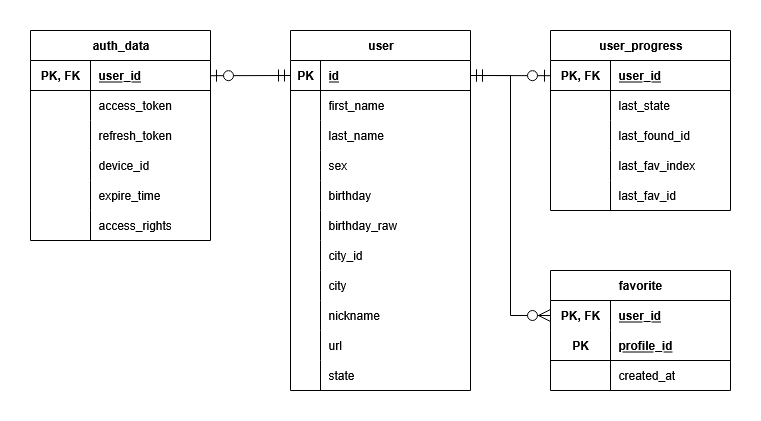
Before: db_diagram.png, a diagram exported from draw.io (andrey0722/vkinder-vk-bot). Source tidied: cells renumbered, new cells last; positions are measured from the earlier drawing's top-left corner, leaving out a move shared by most shapes.
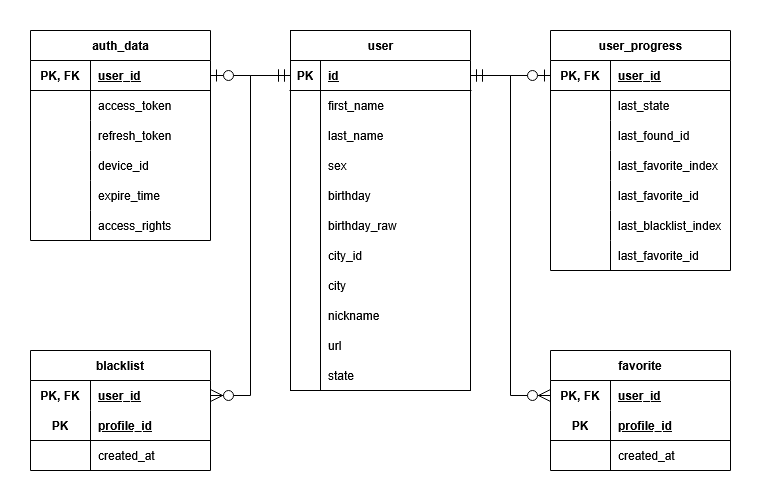
Later version of the same file.

Diff of the diagram source:
```diff
@@ -105,7 +105,7 @@
       <mxGeometry x="30" width="150" height="30" as="geometry" />
     </mxCell>
     <mxCell id="36" value="user_progress" style="shape=table;startSize=30;rowLines=0;fontStyle=1;align=center;html=1;" parent="1" vertex="1">
-      <mxGeometry x="520" width="180" height="180" as="geometry" />
+      <mxGeometry x="520" width="180" height="240" as="geometry" />
     </mxCell>
     <mxCell id="37" style="shape=tableRow;horizontal=0;startSize=0;swimlaneHead=0;swimlaneBody=0;fillColor=none;points=[[0,0.5],[1,0.5]];portConstraint=eastwest;top=0;left=0;right=0;bottom=1;" parent="36" vertex="1">
       <mxGeometry y="30" width="180" height="30" as="geometry" />
@@ -140,7 +140,7 @@
     <mxCell id="47" style="shape=partialRectangle;fillColor=none;top=0;left=0;bottom=0;right=0;overflow=hidden;whiteSpace=wrap;html=1;" parent="46" vertex="1">
       <mxGeometry width="60" height="30" as="geometry" />
     </mxCell>
-    <mxCell id="48" value="last_fav_index" style="shape=partialRectangle;fillColor=none;top=0;left=0;bottom=0;right=0;align=left;spacingLeft=6;overflow=hidden;whiteSpace=wrap;html=1;" parent="46" vertex="1">
+    <mxCell id="48" value="last_favorite_index" style="shape=partialRectangle;fillColor=none;top=0;left=0;bottom=0;right=0;align=left;spacingLeft=6;overflow=hidden;whiteSpace=wrap;html=1;" parent="46" vertex="1">
       <mxGeometry x="60" width="120" height="30" as="geometry" />
     </mxCell>
     <mxCell id="49" style="shape=tableRow;horizontal=0;startSize=0;swimlaneHead=0;swimlaneBody=0;fillColor=none;top=0;left=0;right=0;bottom=0;" parent="36" vertex="1">
@@ -149,9 +149,27 @@
     <mxCell id="50" style="shape=partialRectangle;fillColor=none;top=0;left=0;bottom=0;right=0;overflow=hidden;whiteSpace=wrap;html=1;" parent="49" vertex="1">
       <mxGeometry width="60" height="30" as="geometry" />
     </mxCell>
-    <mxCell id="51" value="last_fav_id" style="shape=partialRectangle;fillColor=none;top=0;left=0;bottom=0;right=0;align=left;spacingLeft=6;overflow=hidden;whiteSpace=wrap;html=1;" parent="49" vertex="1">
+    <mxCell id="51" value="last_favorite_id" style="shape=partialRectangle;fillColor=none;top=0;left=0;bottom=0;right=0;align=left;spacingLeft=6;overflow=hidden;whiteSpace=wrap;html=1;" parent="49" vertex="1">
       <mxGeometry x="60" width="120" height="30" as="geometry" />
     </mxCell>
+    <mxCell id="84" style="shape=tableRow;horizontal=0;startSize=0;swimlaneHead=0;swimlaneBody=0;fillColor=none;top=0;left=0;right=0;bottom=0;" parent="36" vertex="1">
+      <mxGeometry y="180" width="180" height="30" as="geometry" />
+    </mxCell>
+    <mxCell id="85" style="shape=partialRectangle;fillColor=none;top=0;left=0;bottom=0;right=0;overflow=hidden;whiteSpace=wrap;html=1;" parent="84" vertex="1">
+      <mxGeometry width="60" height="30" as="geometry" />
+    </mxCell>
+    <mxCell id="86" value="last_blacklist_index" style="shape=partialRectangle;fillColor=none;top=0;left=0;bottom=0;right=0;align=left;spacingLeft=6;overflow=hidden;whiteSpace=wrap;html=1;" parent="84" vertex="1">
+      <mxGeometry x="60" width="120" height="30" as="geometry" />
+    </mxCell>
+    <mxCell id="87" style="shape=tableRow;horizontal=0;startSize=0;swimlaneHead=0;swimlaneBody=0;fillColor=none;top=0;left=0;right=0;bottom=0;" parent="36" vertex="1">
+      <mxGeometry y="210" width="180" height="30" as="geometry" />
+    </mxCell>
+    <mxCell id="88" style="shape=partialRectangle;fillColor=none;top=0;left=0;bottom=0;right=0;overflow=hidden;whiteSpace=wrap;html=1;" parent="87" vertex="1">
+      <mxGeometry width="60" height="30" as="geometry" />
+    </mxCell>
+    <mxCell id="89" value="last_favorite_id" style="shape=partialRectangle;fillColor=none;top=0;left=0;bottom=0;right=0;align=left;spacingLeft=6;overflow=hidden;whiteSpace=wrap;html=1;" parent="87" vertex="1">
+      <mxGeometry x="60" width="120" height="30" as="geometry" />
+    </mxCell>
     <mxCell id="52" style="fontSize=12;html=1;endArrow=ERzeroToOne;startArrow=ERmandOne;rounded=0;endSize=10;startSize=10;exitX=0;exitY=0.5;exitDx=0;exitDy=0;entryX=1;entryY=0.5;entryDx=0;entryDy=0;edgeStyle=elbowEdgeStyle;elbow=vertical;" parent="1" edge="1" source="3" target="54">
       <mxGeometry relative="1" as="geometry" />
     </mxCell>
@@ -219,7 +237,7 @@
       <mxGeometry relative="1" as="geometry" />
     </mxCell>
     <mxCell id="74" value="favorite" style="shape=table;startSize=30;rowLines=0;fontStyle=1;align=center;html=1;whiteSpace=wrap;" parent="1" vertex="1">
-      <mxGeometry x="520" y="240" width="180" height="120" as="geometry" />
+      <mxGeometry x="520" y="320" width="180" height="120" as="geometry" />
     </mxCell>
     <mxCell id="75" style="shape=tableRow;horizontal=0;startSize=0;swimlaneHead=0;swimlaneBody=0;fillColor=none;points=[[0,0.5],[1,0.5]];portConstraint=eastwest;top=0;left=0;right=0;bottom=0;html=1;" parent="74" vertex="1">
       <mxGeometry y="30" width="180" height="30" as="geometry" />
@@ -248,5 +266,38 @@
     <mxCell id="83" value="created_at" style="shape=partialRectangle;fillColor=none;top=0;left=0;bottom=0;right=0;align=left;spacingLeft=6;overflow=hidden;html=1;whiteSpace=wrap;" parent="81" vertex="1">
       <mxGeometry x="60" width="120" height="30" as="geometry" />
     </mxCell>
+    <mxCell id="90" value="blacklist" style="shape=table;startSize=30;rowLines=0;fontStyle=1;align=center;html=1;whiteSpace=wrap;" parent="1" vertex="1">
+      <mxGeometry y="320" width="180" height="120" as="geometry" />
+    </mxCell>
+    <mxCell id="91" style="shape=tableRow;horizontal=0;startSize=0;swimlaneHead=0;swimlaneBody=0;fillColor=none;points=[[0,0.5],[1,0.5]];portConstraint=eastwest;top=0;left=0;right=0;bottom=0;html=1;" parent="90" vertex="1">
+      <mxGeometry y="30" width="180" height="30" as="geometry" />
+    </mxCell>
+    <mxCell id="92" value="PK, FK" style="shape=partialRectangle;fillColor=none;top=0;left=0;bottom=0;right=0;fontStyle=1;overflow=hidden;html=1;whiteSpace=wrap;" parent="91" vertex="1">
+      <mxGeometry width="60" height="30" as="geometry" />
+    </mxCell>
+    <mxCell id="93" value="user_id" style="shape=partialRectangle;fillColor=none;top=0;left=0;bottom=0;right=0;align=left;spacingLeft=6;fontStyle=5;overflow=hidden;html=1;whiteSpace=wrap;" parent="91" vertex="1">
+      <mxGeometry x="60" width="120" height="30" as="geometry" />
+    </mxCell>
+    <mxCell id="94" style="shape=tableRow;horizontal=0;startSize=0;swimlaneHead=0;swimlaneBody=0;fillColor=none;top=0;left=0;right=0;bottom=1;html=1;" parent="90" vertex="1">
+      <mxGeometry y="60" width="180" height="30" as="geometry" />
+    </mxCell>
+    <mxCell id="95" value="&lt;div&gt;PK&lt;/div&gt;" style="shape=partialRectangle;fillColor=none;top=0;left=0;bottom=0;right=0;fontStyle=1;overflow=hidden;html=1;whiteSpace=wrap;" parent="94" vertex="1">
+      <mxGeometry width="60" height="30" as="geometry" />
+    </mxCell>
+    <mxCell id="96" value="profile_id" style="shape=partialRectangle;fillColor=none;top=0;left=0;bottom=0;right=0;align=left;spacingLeft=6;fontStyle=5;overflow=hidden;html=1;whiteSpace=wrap;" parent="94" vertex="1">
+      <mxGeometry x="60" width="120" height="30" as="geometry" />
+    </mxCell>
+    <mxCell id="97" style="shape=tableRow;horizontal=0;startSize=0;swimlaneHead=0;swimlaneBody=0;fillColor=none;top=0;left=0;right=0;bottom=0;html=1;" parent="90" vertex="1">
+      <mxGeometry y="90" width="180" height="30" as="geometry" />
+    </mxCell>
+    <mxCell id="98" style="shape=partialRectangle;fillColor=none;top=0;left=0;bottom=0;right=0;overflow=hidden;html=1;whiteSpace=wrap;" parent="97" vertex="1">
+      <mxGeometry width="60" height="30" as="geometry" />
+    </mxCell>
+    <mxCell id="99" value="created_at" style="shape=partialRectangle;fillColor=none;top=0;left=0;bottom=0;right=0;align=left;spacingLeft=6;overflow=hidden;html=1;whiteSpace=wrap;" parent="97" vertex="1">
+      <mxGeometry x="60" width="120" height="30" as="geometry" />
+    </mxCell>
+    <mxCell id="100" style="edgeStyle=elbowEdgeStyle;fontSize=12;html=1;endArrow=ERzeroToMany;startArrow=ERmandOne;rounded=0;exitX=0;exitY=0.5;exitDx=0;exitDy=0;entryX=1;entryY=0.5;entryDx=0;entryDy=0;startSize=10;endSize=10;" parent="1" edge="1" source="3" target="91">
+      <mxGeometry relative="1" as="geometry" />
+    </mxCell>
   </root>
 </mxGraphModel>
```
